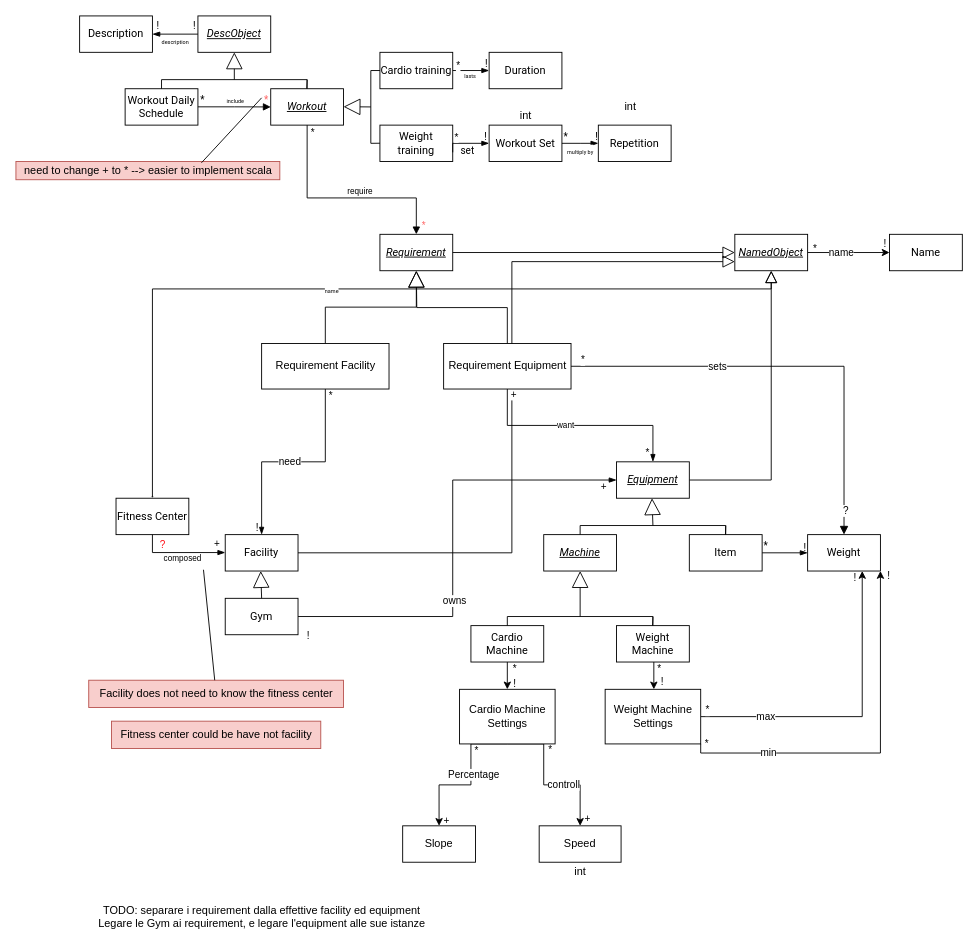
This is EofDSL_Assignment1_EX1_2.drawio from lorenzovarese/DSL-assignment-01, a draw.io file, before an edit. Source tidied: cells renumbered, new cells numbered last; positions are measured from the earlier drawing's top-left corner, leaving out a move shared by most shapes. Both pictures are drawn from the tidied source at 91%, with x=0, y=0 at pixel (15, 15).
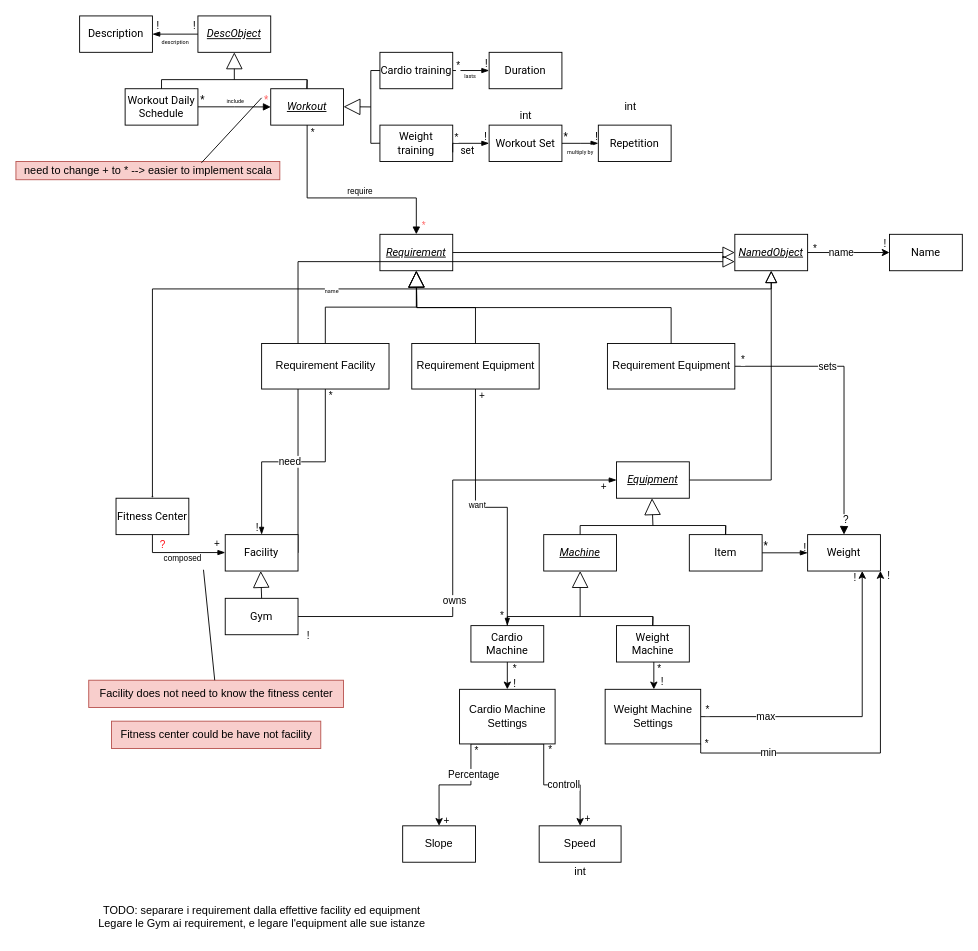
The same page after the edit.

Unchanged cells that the change refers to:
```xml
<mxCell id="13" value="&lt;div&gt;Facility&lt;/div&gt;" style="html=1;whiteSpace=wrap;fontFamily=Roboto;" parent="1" vertex="1">
  <mxGeometry x="230" y="570" width="80" height="40" as="geometry" />
</mxCell>
<mxCell id="15" value="&lt;i&gt;&lt;u&gt;Equipment&lt;/u&gt;&lt;/i&gt;" style="html=1;whiteSpace=wrap;fontFamily=Roboto;" parent="1" vertex="1">
  <mxGeometry x="660" y="490" width="80" height="40" as="geometry" />
</mxCell>
<mxCell id="18" value="Weight" style="html=1;whiteSpace=wrap;fontFamily=Roboto;" parent="1" vertex="1">
  <mxGeometry x="870" y="570" width="80" height="40" as="geometry" />
</mxCell>
<mxCell id="75" value="&lt;div&gt;Cardio Machine&lt;/div&gt;" style="html=1;whiteSpace=wrap;fontFamily=Roboto;" parent="1" vertex="1">
  <mxGeometry x="500" y="670" width="80" height="40" as="geometry" />
</mxCell>
<mxCell id="131" value="&lt;i&gt;&lt;u&gt;NamedObject&lt;/u&gt;&lt;/i&gt;" style="html=1;whiteSpace=wrap;fontFamily=Roboto;" parent="1" vertex="1">
  <mxGeometry x="790" y="240" width="80" height="40" as="geometry" />
</mxCell>
```

Diff of the diagram source:
```diff
@@
     <mxCell id="12" style="edgeStyle=orthogonalEdgeStyle;rounded=0;jettySize=auto;html=1;exitX=1;exitY=0.5;exitDx=0;exitDy=0;entryX=0;entryY=0.75;entryDx=0;entryDy=0;endArrow=block;endFill=0;startSize=16;endSize=11;" parent="1" edge="1" source="13" target="131">
-      <mxGeometry relative="1" as="geometry" />
+      <mxGeometry relative="1" as="geometry">
+        <Array as="points">
+          <mxPoint x="310" y="270" />
+        </Array>
+      </mxGeometry>
     </mxCell>
@@
-    <mxCell id="91" style="edgeStyle=orthogonalEdgeStyle;rounded=0;html=1;exitX=0.5;exitY=1;exitDx=0;exitDy=0;entryX=0.5;entryY=0;entryDx=0;entryDy=0;fontSize=9;startArrow=none;startFill=0;endArrow=blockThin;endFill=1;targetPerimeterSpacing=0;strokeWidth=1;" parent="1" edge="1" source="99" target="15">
+    <mxCell id="91" style="edgeStyle=orthogonalEdgeStyle;rounded=0;html=1;exitX=0.5;exitY=1;exitDx=0;exitDy=0;entryX=0.5;entryY=0;entryDx=0;entryDy=0;fontSize=9;startArrow=none;startFill=0;endArrow=blockThin;endFill=1;targetPerimeterSpacing=0;strokeWidth=1;" parent="1" edge="1" source="99" target="75">
       <mxGeometry relative="1" as="geometry" />
     </mxCell>
@@
-    <mxCell id="95" style="edgeStyle=orthogonalEdgeStyle;html=1;exitX=1;exitY=0.5;exitDx=0;exitDy=0;entryX=0.5;entryY=0;entryDx=0;entryDy=0;startArrow=none;startFill=0;endArrow=block;endFill=1;startSize=13;endSize=7;targetPerimeterSpacing=8;rounded=0;" parent="1" edge="1" source="99" target="18">
+    <mxCell id="95" style="edgeStyle=orthogonalEdgeStyle;html=1;exitX=1;exitY=0.5;exitDx=0;exitDy=0;entryX=0.5;entryY=0;entryDx=0;entryDy=0;startArrow=none;startFill=0;endArrow=block;endFill=1;startSize=13;endSize=7;targetPerimeterSpacing=8;rounded=0;" parent="1" edge="1" source="136" target="18">
       <mxGeometry relative="1" as="geometry" />
     </mxCell>
@@
     <mxCell id="99" value="Requirement Equipment" style="html=1;" parent="1" vertex="1">
-      <mxGeometry x="470" y="360" width="140" height="50" as="geometry" />
+      <mxGeometry x="435" y="360" width="140" height="50" as="geometry" />
     </mxCell>
@@
+    <mxCell id="136" value="Requirement Equipment" style="html=1;" parent="1" vertex="1">
+      <mxGeometry x="650" y="360" width="140" height="50" as="geometry" />
+    </mxCell>
+    <mxCell id="137" style="edgeStyle=orthogonalEdgeStyle;html=1;exitX=0.5;exitY=0;exitDx=0;exitDy=0;startArrow=none;startFill=0;endArrow=block;endFill=0;rounded=0;entryX=0.5;entryY=1;entryDx=0;entryDy=0;targetPerimeterSpacing=0;endSize=16;" parent="1" edge="1" source="136">
+      <mxGeometry relative="1" as="geometry">
+        <mxPoint x="440" y="280" as="targetPoint" />
+      </mxGeometry>
+    </mxCell>
```
